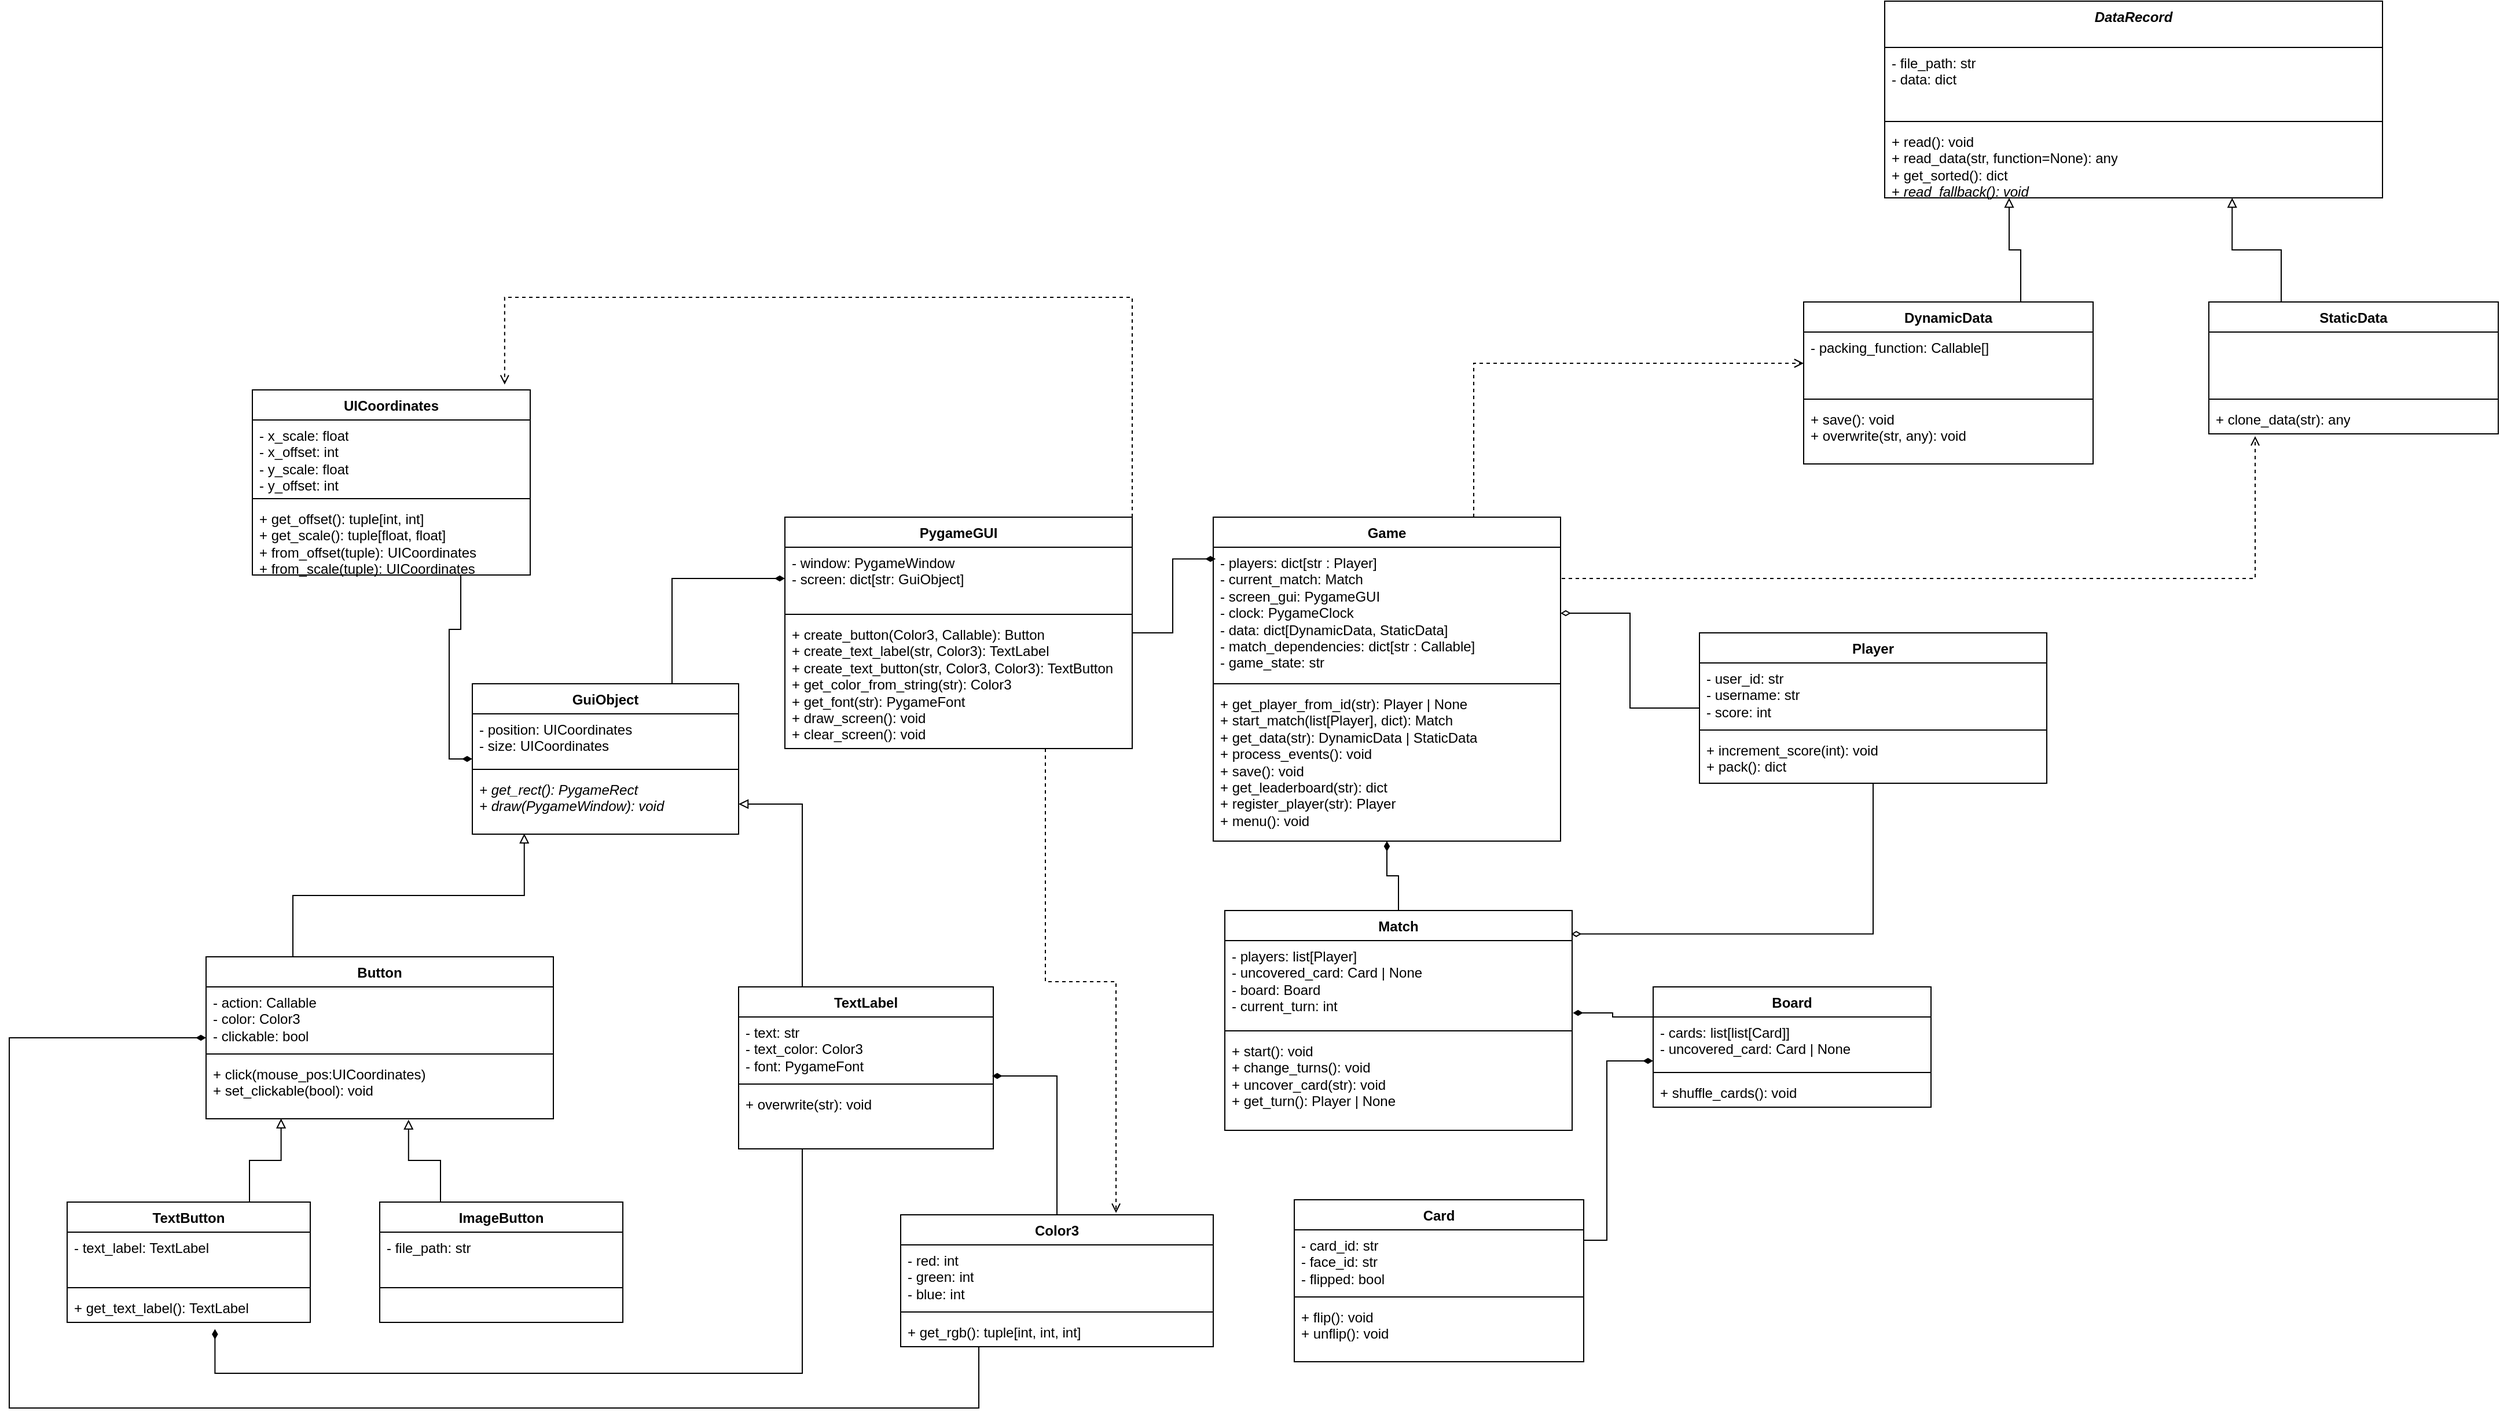
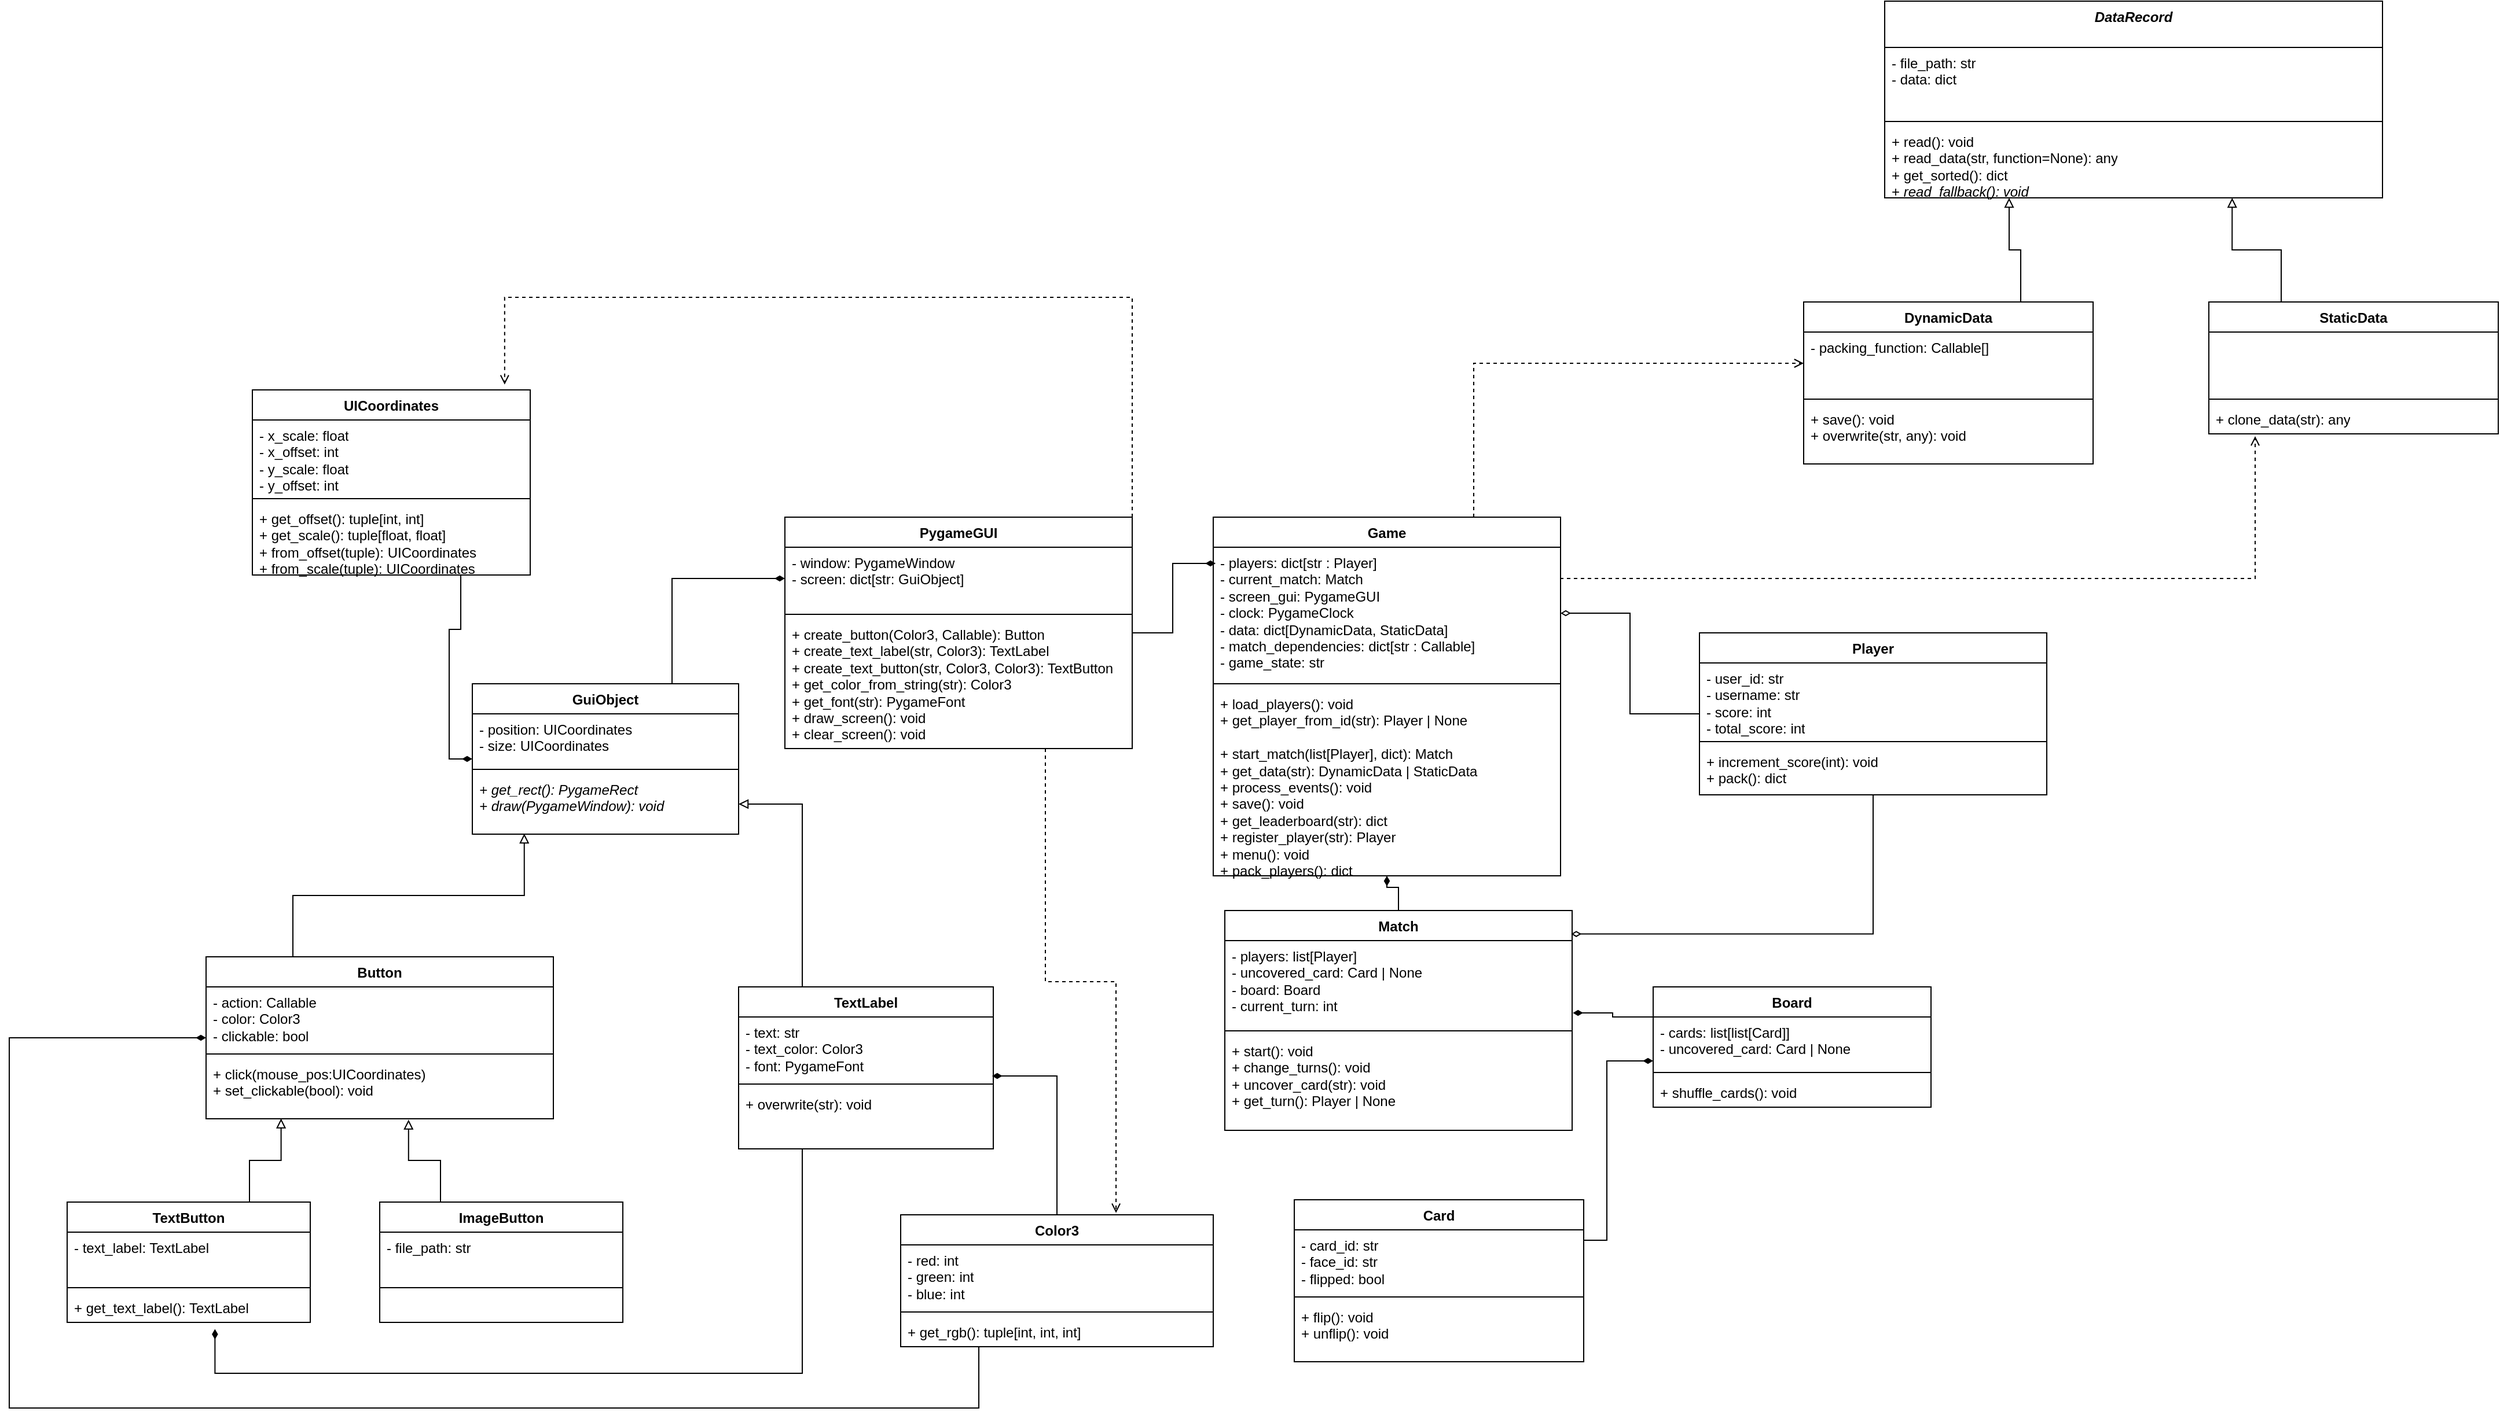
<mxfile host="app.diagrams.net">
  <diagram name="Page-1" id="O6mCpQ_lWsjEK-XlasFV">
-     <mxGraphModel dx="2429" dy="1464" grid="1" gridSize="10" guides="1" tooltips="1" connect="1" arrows="1" fold="1" page="0" pageScale="1" pageWidth="850" pageHeight="1100" math="0" shadow="0">
+     <mxGraphModel dx="2019" dy="1243" grid="1" gridSize="10" guides="1" tooltips="1" connect="1" arrows="1" fold="1" page="0" pageScale="1" pageWidth="850" pageHeight="1100" math="0" shadow="0">
      <root>
        <mxCell id="0" />
        <mxCell id="1" parent="0" />
        <mxCell id="eQeHEutrMqce5xfz2TAn-13" edge="1" parent="1" source="eQeHEutrMqce5xfz2TAn-1" style="edgeStyle=orthogonalEdgeStyle;rounded=0;orthogonalLoop=1;jettySize=auto;html=1;endArrow=diamondThin;endFill=0;" target="eQeHEutrMqce5xfz2TAn-6">
          <mxGeometry relative="1" as="geometry" />
        </mxCell>
        <mxCell id="eQeHEutrMqce5xfz2TAn-1" parent="1" style="swimlane;fontStyle=1;align=center;verticalAlign=top;childLayout=stackLayout;horizontal=1;startSize=26;horizontalStack=0;resizeParent=1;resizeParentMax=0;resizeLast=0;collapsible=1;marginBottom=0;whiteSpace=wrap;html=1;" value="Player" vertex="1">
-           <mxGeometry height="130" width="300" x="440" y="10" as="geometry" />
-         </mxCell>
-         <mxCell id="eQeHEutrMqce5xfz2TAn-2" parent="eQeHEutrMqce5xfz2TAn-1" style="text;strokeColor=none;fillColor=none;align=left;verticalAlign=top;spacingLeft=4;spacingRight=4;overflow=hidden;rotatable=0;points=[[0,0.5],[1,0.5]];portConstraint=eastwest;whiteSpace=wrap;html=1;" value="- user_id: str&lt;div&gt;- username: str&lt;/div&gt;&lt;div&gt;- score: int&lt;/div&gt;" vertex="1">
-           <mxGeometry height="54" width="300" y="26" as="geometry" />
+           <mxGeometry height="140" width="300" x="440" y="10" as="geometry" />
+         </mxCell>
+         <mxCell id="eQeHEutrMqce5xfz2TAn-2" parent="eQeHEutrMqce5xfz2TAn-1" style="text;strokeColor=none;fillColor=none;align=left;verticalAlign=top;spacingLeft=4;spacingRight=4;overflow=hidden;rotatable=0;points=[[0,0.5],[1,0.5]];portConstraint=eastwest;whiteSpace=wrap;html=1;" value="- user_id: str&lt;div&gt;- username: str&lt;/div&gt;&lt;div&gt;- score: int&lt;/div&gt;&lt;div&gt;- total_score: int&lt;/div&gt;" vertex="1">
+           <mxGeometry height="64" width="300" y="26" as="geometry" />
        </mxCell>
        <mxCell id="eQeHEutrMqce5xfz2TAn-3" parent="eQeHEutrMqce5xfz2TAn-1" style="line;strokeWidth=1;fillColor=none;align=left;verticalAlign=middle;spacingTop=-1;spacingLeft=3;spacingRight=3;rotatable=0;labelPosition=right;points=[];portConstraint=eastwest;strokeColor=inherit;" value="" vertex="1">
-           <mxGeometry height="8" width="300" y="80" as="geometry" />
+           <mxGeometry height="8" width="300" y="90" as="geometry" />
        </mxCell>
        <mxCell id="eQeHEutrMqce5xfz2TAn-4" parent="eQeHEutrMqce5xfz2TAn-1" style="text;strokeColor=none;fillColor=none;align=left;verticalAlign=top;spacingLeft=4;spacingRight=4;overflow=hidden;rotatable=0;points=[[0,0.5],[1,0.5]];portConstraint=eastwest;whiteSpace=wrap;html=1;" value="+ increment_score(int): void&lt;div&gt;+ pack(): dict&lt;/div&gt;" vertex="1">
-           <mxGeometry height="42" width="300" y="88" as="geometry" />
+           <mxGeometry height="42" width="300" y="98" as="geometry" />
        </mxCell>
        <mxCell id="eQeHEutrMqce5xfz2TAn-92" edge="1" parent="1" source="eQeHEutrMqce5xfz2TAn-5" style="edgeStyle=orthogonalEdgeStyle;rounded=0;orthogonalLoop=1;jettySize=auto;html=1;exitX=0.75;exitY=0;exitDx=0;exitDy=0;endArrow=open;endFill=0;dashed=1;" target="eQeHEutrMqce5xfz2TAn-61">
          <mxGeometry relative="1" as="geometry" />
        </mxCell>
        <mxCell id="eQeHEutrMqce5xfz2TAn-5" parent="1" style="swimlane;fontStyle=1;align=center;verticalAlign=top;childLayout=stackLayout;horizontal=1;startSize=26;horizontalStack=0;resizeParent=1;resizeParentMax=0;resizeLast=0;collapsible=1;marginBottom=0;whiteSpace=wrap;html=1;" value="Game" vertex="1">
-           <mxGeometry height="280" width="300" x="20" y="-90" as="geometry" />
+           <mxGeometry height="310" width="300" x="20" y="-90" as="geometry" />
        </mxCell>
        <mxCell id="eQeHEutrMqce5xfz2TAn-6" parent="eQeHEutrMqce5xfz2TAn-5" style="text;strokeColor=none;fillColor=none;align=left;verticalAlign=top;spacingLeft=4;spacingRight=4;overflow=hidden;rotatable=0;points=[[0,0.5],[1,0.5]];portConstraint=eastwest;whiteSpace=wrap;html=1;" value="- players: dict[str : Player]&lt;div&gt;- current_match: Match&lt;/div&gt;&lt;div&gt;- screen_gui: PygameGUI&lt;/div&gt;&lt;div&gt;- clock: PygameClock&lt;/div&gt;&lt;div&gt;- data: dict[DynamicData, StaticData]&lt;/div&gt;&lt;div&gt;- match_dependencies: dict[str : Callable]&lt;/div&gt;&lt;div&gt;- game_state: str&lt;/div&gt;" vertex="1">
          <mxGeometry height="114" width="300" y="26" as="geometry" />
        </mxCell>
        <mxCell id="eQeHEutrMqce5xfz2TAn-7" parent="eQeHEutrMqce5xfz2TAn-5" style="line;strokeWidth=1;fillColor=none;align=left;verticalAlign=middle;spacingTop=-1;spacingLeft=3;spacingRight=3;rotatable=0;labelPosition=right;points=[];portConstraint=eastwest;strokeColor=inherit;" value="" vertex="1">
          <mxGeometry height="8" width="300" y="140" as="geometry" />
        </mxCell>
-         <mxCell id="eQeHEutrMqce5xfz2TAn-8" parent="eQeHEutrMqce5xfz2TAn-5" style="text;strokeColor=none;fillColor=none;align=left;verticalAlign=top;spacingLeft=4;spacingRight=4;overflow=hidden;rotatable=0;points=[[0,0.5],[1,0.5]];portConstraint=eastwest;whiteSpace=wrap;html=1;" value="+ get_player_from_id(str): Player | None&lt;div&gt;+ start_match(list[Player], dict): Match&lt;/div&gt;&lt;div&gt;+ get_data(str): DynamicData | StaticData&lt;/div&gt;&lt;div&gt;+ process_events(): void&lt;/div&gt;&lt;div&gt;+ save(): void&lt;/div&gt;&lt;div&gt;+ get_leaderboard(str): dict&lt;/div&gt;&lt;div&gt;+ register_player(str): Player&lt;/div&gt;&lt;div&gt;+ menu(): void&lt;/div&gt;" vertex="1">
-           <mxGeometry height="132" width="300" y="148" as="geometry" />
+         <mxCell id="eQeHEutrMqce5xfz2TAn-8" parent="eQeHEutrMqce5xfz2TAn-5" style="text;strokeColor=none;fillColor=none;align=left;verticalAlign=top;spacingLeft=4;spacingRight=4;overflow=hidden;rotatable=0;points=[[0,0.5],[1,0.5]];portConstraint=eastwest;whiteSpace=wrap;html=1;" value="&lt;div&gt;+ load_players(): void&lt;/div&gt;+ get_player_from_id(str): Player | None&lt;div&gt;&lt;font&gt;&lt;span style=&quot;color: light-dark(rgb(255, 255, 255), rgb(250, 250, 250));&quot;&gt;+ get_player_by_name(str): Player | None&lt;/span&gt;&lt;br&gt;&lt;/font&gt;&lt;div&gt;&lt;div&gt;+ start_match(list[Player], dict): Match&lt;/div&gt;&lt;div&gt;+ get_data(str): DynamicData | StaticData&lt;/div&gt;&lt;div&gt;+ process_events(): void&lt;/div&gt;&lt;div&gt;+ save(): void&lt;/div&gt;&lt;div&gt;+ get_leaderboard(str): dict&lt;/div&gt;&lt;div&gt;+ register_player(str): Player&lt;/div&gt;&lt;div&gt;+ menu(): void&lt;/div&gt;&lt;div&gt;+ pack_players(): dict&lt;/div&gt;&lt;/div&gt;&lt;/div&gt;" vertex="1">
+           <mxGeometry height="162" width="300" y="148" as="geometry" />
        </mxCell>
        <mxCell id="eQeHEutrMqce5xfz2TAn-20" edge="1" parent="1" source="eQeHEutrMqce5xfz2TAn-9" style="edgeStyle=orthogonalEdgeStyle;rounded=0;orthogonalLoop=1;jettySize=auto;html=1;entryX=0.5;entryY=1;entryDx=0;entryDy=0;endArrow=diamondThin;endFill=1;" target="eQeHEutrMqce5xfz2TAn-5">
          <mxGeometry relative="1" as="geometry">
            <mxPoint x="170" y="60" as="targetPoint" />
          </mxGeometry>
        </mxCell>
        <mxCell id="eQeHEutrMqce5xfz2TAn-9" parent="1" style="swimlane;fontStyle=1;align=center;verticalAlign=top;childLayout=stackLayout;horizontal=1;startSize=26;horizontalStack=0;resizeParent=1;resizeParentMax=0;resizeLast=0;collapsible=1;marginBottom=0;whiteSpace=wrap;html=1;" value="Match" vertex="1">
          <mxGeometry height="190" width="300" x="30" y="250" as="geometry" />
        </mxCell>
        <mxCell id="eQeHEutrMqce5xfz2TAn-10" parent="eQeHEutrMqce5xfz2TAn-9" style="text;strokeColor=none;fillColor=none;align=left;verticalAlign=top;spacingLeft=4;spacingRight=4;overflow=hidden;rotatable=0;points=[[0,0.5],[1,0.5]];portConstraint=eastwest;whiteSpace=wrap;html=1;" value="- players: list[Player]&lt;div&gt;- uncovered_card: Card | None&lt;/div&gt;&lt;div&gt;- board: Board&lt;/div&gt;&lt;div&gt;- current_turn: int&lt;/div&gt;" vertex="1">
          <mxGeometry height="74" width="300" y="26" as="geometry" />
        </mxCell>
        <mxCell id="eQeHEutrMqce5xfz2TAn-11" parent="eQeHEutrMqce5xfz2TAn-9" style="line;strokeWidth=1;fillColor=none;align=left;verticalAlign=middle;spacingTop=-1;spacingLeft=3;spacingRight=3;rotatable=0;labelPosition=right;points=[];portConstraint=eastwest;strokeColor=inherit;" value="" vertex="1">
          <mxGeometry height="8" width="300" y="100" as="geometry" />
        </mxCell>
        <mxCell id="eQeHEutrMqce5xfz2TAn-12" parent="eQeHEutrMqce5xfz2TAn-9" style="text;strokeColor=none;fillColor=none;align=left;verticalAlign=top;spacingLeft=4;spacingRight=4;overflow=hidden;rotatable=0;points=[[0,0.5],[1,0.5]];portConstraint=eastwest;whiteSpace=wrap;html=1;" value="&lt;div&gt;+ start(): void&lt;/div&gt;&lt;div&gt;+ change_turns(): void&lt;/div&gt;+ uncover_card(str): void&lt;div&gt;+ get_turn(): Player | None&lt;br&gt;&lt;div&gt;&lt;br&gt;&lt;/div&gt;&lt;/div&gt;" vertex="1">
          <mxGeometry height="82" width="300" y="108" as="geometry" />
        </mxCell>
        <mxCell id="eQeHEutrMqce5xfz2TAn-14" edge="1" parent="1" source="eQeHEutrMqce5xfz2TAn-1" style="edgeStyle=orthogonalEdgeStyle;rounded=0;orthogonalLoop=1;jettySize=auto;html=1;entryX=0.997;entryY=-0.077;entryDx=0;entryDy=0;entryPerimeter=0;endArrow=diamondThin;endFill=0;" target="eQeHEutrMqce5xfz2TAn-10">
          <mxGeometry relative="1" as="geometry" />
        </mxCell>
        <mxCell id="eQeHEutrMqce5xfz2TAn-15" parent="1" style="swimlane;fontStyle=1;align=center;verticalAlign=top;childLayout=stackLayout;horizontal=1;startSize=26;horizontalStack=0;resizeParent=1;resizeParentMax=0;resizeLast=0;collapsible=1;marginBottom=0;whiteSpace=wrap;html=1;" value="PygameGUI" vertex="1">
          <mxGeometry height="200" width="300" x="-350" y="-90" as="geometry" />
        </mxCell>
        <mxCell id="eQeHEutrMqce5xfz2TAn-16" parent="eQeHEutrMqce5xfz2TAn-15" style="text;strokeColor=none;fillColor=none;align=left;verticalAlign=top;spacingLeft=4;spacingRight=4;overflow=hidden;rotatable=0;points=[[0,0.5],[1,0.5]];portConstraint=eastwest;whiteSpace=wrap;html=1;" value="- window: PygameWindow&lt;div&gt;- screen: dict[str: GuiObject]&lt;/div&gt;" vertex="1">
          <mxGeometry height="54" width="300" y="26" as="geometry" />
        </mxCell>
        <mxCell id="eQeHEutrMqce5xfz2TAn-17" parent="eQeHEutrMqce5xfz2TAn-15" style="line;strokeWidth=1;fillColor=none;align=left;verticalAlign=middle;spacingTop=-1;spacingLeft=3;spacingRight=3;rotatable=0;labelPosition=right;points=[];portConstraint=eastwest;strokeColor=inherit;" value="" vertex="1">
          <mxGeometry height="8" width="300" y="80" as="geometry" />
        </mxCell>
        <mxCell id="eQeHEutrMqce5xfz2TAn-18" parent="eQeHEutrMqce5xfz2TAn-15" style="text;strokeColor=none;fillColor=none;align=left;verticalAlign=top;spacingLeft=4;spacingRight=4;overflow=hidden;rotatable=0;points=[[0,0.5],[1,0.5]];portConstraint=eastwest;whiteSpace=wrap;html=1;" value="&lt;div&gt;+ create_button(Color3, Callable): Button&lt;/div&gt;&lt;div&gt;+ create_text_label(str, Color3): TextLabel&lt;/div&gt;&lt;div&gt;+ create_text_button(str, Color3, Color3): TextButton&lt;/div&gt;&lt;div&gt;+ get_color_from_string(str): Color3&lt;/div&gt;&lt;div&gt;+ get_font(str): PygameFont&lt;/div&gt;&lt;div&gt;+ draw_screen(): void&lt;/div&gt;&lt;div&gt;+ clear_screen(): void&lt;/div&gt;" vertex="1">
          <mxGeometry height="112" width="300" y="88" as="geometry" />
        </mxCell>
        <mxCell id="eQeHEutrMqce5xfz2TAn-19" edge="1" parent="1" source="eQeHEutrMqce5xfz2TAn-15" style="edgeStyle=orthogonalEdgeStyle;rounded=0;orthogonalLoop=1;jettySize=auto;html=1;entryX=0.007;entryY=0.129;entryDx=0;entryDy=0;entryPerimeter=0;endArrow=diamondThin;endFill=1;" target="eQeHEutrMqce5xfz2TAn-5">
          <mxGeometry relative="1" as="geometry" />
        </mxCell>
        <mxCell id="eQeHEutrMqce5xfz2TAn-21" parent="1" style="swimlane;fontStyle=1;align=center;verticalAlign=top;childLayout=stackLayout;horizontal=1;startSize=26;horizontalStack=0;resizeParent=1;resizeParentMax=0;resizeLast=0;collapsible=1;marginBottom=0;whiteSpace=wrap;html=1;" value="Button" vertex="1">
          <mxGeometry height="140" width="300" x="-850" y="290" as="geometry" />
        </mxCell>
        <mxCell id="eQeHEutrMqce5xfz2TAn-22" parent="eQeHEutrMqce5xfz2TAn-21" style="text;strokeColor=none;fillColor=none;align=left;verticalAlign=top;spacingLeft=4;spacingRight=4;overflow=hidden;rotatable=0;points=[[0,0.5],[1,0.5]];portConstraint=eastwest;whiteSpace=wrap;html=1;" value="- action: Callable&lt;div&gt;- color: Color3&lt;/div&gt;&lt;div&gt;- clickable: bool&lt;/div&gt;" vertex="1">
          <mxGeometry height="54" width="300" y="26" as="geometry" />
        </mxCell>
        <mxCell id="eQeHEutrMqce5xfz2TAn-23" parent="eQeHEutrMqce5xfz2TAn-21" style="line;strokeWidth=1;fillColor=none;align=left;verticalAlign=middle;spacingTop=-1;spacingLeft=3;spacingRight=3;rotatable=0;labelPosition=right;points=[];portConstraint=eastwest;strokeColor=inherit;" value="" vertex="1">
          <mxGeometry height="8" width="300" y="80" as="geometry" />
        </mxCell>
        <mxCell id="eQeHEutrMqce5xfz2TAn-24" parent="eQeHEutrMqce5xfz2TAn-21" style="text;strokeColor=none;fillColor=none;align=left;verticalAlign=top;spacingLeft=4;spacingRight=4;overflow=hidden;rotatable=0;points=[[0,0.5],[1,0.5]];portConstraint=eastwest;whiteSpace=wrap;html=1;" value="&lt;div&gt;+ click(mouse_pos:UICoordinates)&lt;/div&gt;&lt;div&gt;+ set_clickable(bool): void&lt;/div&gt;" vertex="1">
          <mxGeometry height="52" width="300" y="88" as="geometry" />
        </mxCell>
        <mxCell id="eQeHEutrMqce5xfz2TAn-114" edge="1" parent="1" source="eQeHEutrMqce5xfz2TAn-29" style="edgeStyle=orthogonalEdgeStyle;rounded=0;orthogonalLoop=1;jettySize=auto;html=1;exitX=0.25;exitY=1;exitDx=0;exitDy=0;entryX=0;entryY=0.5;entryDx=0;entryDy=0;endArrow=diamondThin;endFill=1;" target="eQeHEutrMqce5xfz2TAn-21">
          <mxGeometry relative="1" as="geometry">
            <Array as="points">
              <mxPoint x="-182" y="680" />
              <mxPoint x="-1020" y="680" />
              <mxPoint x="-1020" y="360" />
            </Array>
          </mxGeometry>
        </mxCell>
        <mxCell id="eQeHEutrMqce5xfz2TAn-29" parent="1" style="swimlane;fontStyle=1;align=center;verticalAlign=top;childLayout=stackLayout;horizontal=1;startSize=26;horizontalStack=0;resizeParent=1;resizeParentMax=0;resizeLast=0;collapsible=1;marginBottom=0;whiteSpace=wrap;html=1;" value="Color3" vertex="1">
          <mxGeometry height="114" width="270" x="-250" y="513" as="geometry" />
        </mxCell>
        <mxCell id="eQeHEutrMqce5xfz2TAn-30" parent="eQeHEutrMqce5xfz2TAn-29" style="text;strokeColor=none;fillColor=none;align=left;verticalAlign=top;spacingLeft=4;spacingRight=4;overflow=hidden;rotatable=0;points=[[0,0.5],[1,0.5]];portConstraint=eastwest;whiteSpace=wrap;html=1;" value="- red: int&lt;div&gt;- green: int&lt;/div&gt;&lt;div&gt;- blue: int&lt;/div&gt;" vertex="1">
          <mxGeometry height="54" width="270" y="26" as="geometry" />
        </mxCell>
        <mxCell id="eQeHEutrMqce5xfz2TAn-31" parent="eQeHEutrMqce5xfz2TAn-29" style="line;strokeWidth=1;fillColor=none;align=left;verticalAlign=middle;spacingTop=-1;spacingLeft=3;spacingRight=3;rotatable=0;labelPosition=right;points=[];portConstraint=eastwest;strokeColor=inherit;" value="" vertex="1">
          <mxGeometry height="8" width="270" y="80" as="geometry" />
        </mxCell>
        <mxCell id="eQeHEutrMqce5xfz2TAn-32" parent="eQeHEutrMqce5xfz2TAn-29" style="text;strokeColor=none;fillColor=none;align=left;verticalAlign=top;spacingLeft=4;spacingRight=4;overflow=hidden;rotatable=0;points=[[0,0.5],[1,0.5]];portConstraint=eastwest;whiteSpace=wrap;html=1;" value="+ get_rgb(): tuple[int, int, int]" vertex="1">
          <mxGeometry height="26" width="270" y="88" as="geometry" />
        </mxCell>
        <mxCell id="eQeHEutrMqce5xfz2TAn-41" edge="1" parent="1" source="eQeHEutrMqce5xfz2TAn-36" style="edgeStyle=orthogonalEdgeStyle;rounded=0;orthogonalLoop=1;jettySize=auto;html=1;exitX=0.75;exitY=0;exitDx=0;exitDy=0;entryX=0.216;entryY=0.995;entryDx=0;entryDy=0;entryPerimeter=0;endArrow=block;endFill=0;" target="eQeHEutrMqce5xfz2TAn-24">
          <mxGeometry relative="1" as="geometry">
            <mxPoint x="-300" y="270" as="targetPoint" />
          </mxGeometry>
        </mxCell>
        <mxCell id="eQeHEutrMqce5xfz2TAn-36" parent="1" style="swimlane;fontStyle=1;align=center;verticalAlign=top;childLayout=stackLayout;horizontal=1;startSize=26;horizontalStack=0;resizeParent=1;resizeParentMax=0;resizeLast=0;collapsible=1;marginBottom=0;whiteSpace=wrap;html=1;" value="TextButton" vertex="1">
          <mxGeometry height="104" width="210" x="-970" y="502" as="geometry" />
        </mxCell>
        <mxCell id="eQeHEutrMqce5xfz2TAn-37" parent="eQeHEutrMqce5xfz2TAn-36" style="text;strokeColor=none;fillColor=none;align=left;verticalAlign=top;spacingLeft=4;spacingRight=4;overflow=hidden;rotatable=0;points=[[0,0.5],[1,0.5]];portConstraint=eastwest;whiteSpace=wrap;html=1;" value="- text_label: TextLabel" vertex="1">
          <mxGeometry height="44" width="210" y="26" as="geometry" />
        </mxCell>
        <mxCell id="eQeHEutrMqce5xfz2TAn-38" parent="eQeHEutrMqce5xfz2TAn-36" style="line;strokeWidth=1;fillColor=none;align=left;verticalAlign=middle;spacingTop=-1;spacingLeft=3;spacingRight=3;rotatable=0;labelPosition=right;points=[];portConstraint=eastwest;strokeColor=inherit;" value="" vertex="1">
          <mxGeometry height="8" width="210" y="70" as="geometry" />
        </mxCell>
        <mxCell id="eQeHEutrMqce5xfz2TAn-39" parent="eQeHEutrMqce5xfz2TAn-36" style="text;strokeColor=none;fillColor=none;align=left;verticalAlign=top;spacingLeft=4;spacingRight=4;overflow=hidden;rotatable=0;points=[[0,0.5],[1,0.5]];portConstraint=eastwest;whiteSpace=wrap;html=1;" value="&lt;div&gt;+ get_text_label(): TextLabel&lt;/div&gt;" vertex="1">
          <mxGeometry height="26" width="210" y="78" as="geometry" />
        </mxCell>
        <mxCell id="eQeHEutrMqce5xfz2TAn-46" edge="1" parent="1" source="eQeHEutrMqce5xfz2TAn-42" style="edgeStyle=orthogonalEdgeStyle;rounded=0;orthogonalLoop=1;jettySize=auto;html=1;exitX=0.25;exitY=0;exitDx=0;exitDy=0;entryX=0.583;entryY=1.015;entryDx=0;entryDy=0;entryPerimeter=0;endArrow=block;endFill=0;" target="eQeHEutrMqce5xfz2TAn-24">
          <mxGeometry relative="1" as="geometry">
            <mxPoint x="-190" y="270" as="targetPoint" />
          </mxGeometry>
        </mxCell>
        <mxCell id="eQeHEutrMqce5xfz2TAn-42" parent="1" style="swimlane;fontStyle=1;align=center;verticalAlign=top;childLayout=stackLayout;horizontal=1;startSize=26;horizontalStack=0;resizeParent=1;resizeParentMax=0;resizeLast=0;collapsible=1;marginBottom=0;whiteSpace=wrap;html=1;" value="ImageButton" vertex="1">
          <mxGeometry height="104" width="210" x="-700" y="502" as="geometry" />
        </mxCell>
        <mxCell id="eQeHEutrMqce5xfz2TAn-43" parent="eQeHEutrMqce5xfz2TAn-42" style="text;strokeColor=none;fillColor=none;align=left;verticalAlign=top;spacingLeft=4;spacingRight=4;overflow=hidden;rotatable=0;points=[[0,0.5],[1,0.5]];portConstraint=eastwest;whiteSpace=wrap;html=1;" value="- file_path: str" vertex="1">
          <mxGeometry height="44" width="210" y="26" as="geometry" />
        </mxCell>
        <mxCell id="eQeHEutrMqce5xfz2TAn-44" parent="eQeHEutrMqce5xfz2TAn-42" style="line;strokeWidth=1;fillColor=none;align=left;verticalAlign=middle;spacingTop=-1;spacingLeft=3;spacingRight=3;rotatable=0;labelPosition=right;points=[];portConstraint=eastwest;strokeColor=inherit;" value="" vertex="1">
          <mxGeometry height="8" width="210" y="70" as="geometry" />
        </mxCell>
        <mxCell id="eQeHEutrMqce5xfz2TAn-45" parent="eQeHEutrMqce5xfz2TAn-42" style="text;strokeColor=none;fillColor=none;align=left;verticalAlign=top;spacingLeft=4;spacingRight=4;overflow=hidden;rotatable=0;points=[[0,0.5],[1,0.5]];portConstraint=eastwest;whiteSpace=wrap;html=1;" value="&lt;br&gt;&lt;div&gt;&lt;br&gt;&lt;/div&gt;" vertex="1">
          <mxGeometry height="26" width="210" y="78" as="geometry" />
        </mxCell>
        <mxCell id="eQeHEutrMqce5xfz2TAn-111" edge="1" parent="1" source="eQeHEutrMqce5xfz2TAn-47" style="edgeStyle=orthogonalEdgeStyle;rounded=0;orthogonalLoop=1;jettySize=auto;html=1;exitX=0.75;exitY=1;exitDx=0;exitDy=0;entryX=0;entryY=0.5;entryDx=0;entryDy=0;endArrow=diamondThin;endFill=1;" target="eQeHEutrMqce5xfz2TAn-103">
          <mxGeometry relative="1" as="geometry" />
        </mxCell>
        <mxCell id="eQeHEutrMqce5xfz2TAn-47" parent="1" style="swimlane;fontStyle=1;align=center;verticalAlign=top;childLayout=stackLayout;horizontal=1;startSize=26;horizontalStack=0;resizeParent=1;resizeParentMax=0;resizeLast=0;collapsible=1;marginBottom=0;whiteSpace=wrap;html=1;" value="UICoordinates" vertex="1">
          <mxGeometry height="160" width="240" x="-810" y="-200" as="geometry" />
        </mxCell>
        <mxCell id="eQeHEutrMqce5xfz2TAn-48" parent="eQeHEutrMqce5xfz2TAn-47" style="text;strokeColor=none;fillColor=none;align=left;verticalAlign=top;spacingLeft=4;spacingRight=4;overflow=hidden;rotatable=0;points=[[0,0.5],[1,0.5]];portConstraint=eastwest;whiteSpace=wrap;html=1;" value="- x_scale: float&lt;div&gt;- x_offset: int&lt;/div&gt;&lt;div&gt;- y_scale: float&lt;/div&gt;&lt;div&gt;- y_offset: int&lt;/div&gt;" vertex="1">
          <mxGeometry height="64" width="240" y="26" as="geometry" />
        </mxCell>
        <mxCell id="eQeHEutrMqce5xfz2TAn-49" parent="eQeHEutrMqce5xfz2TAn-47" style="line;strokeWidth=1;fillColor=none;align=left;verticalAlign=middle;spacingTop=-1;spacingLeft=3;spacingRight=3;rotatable=0;labelPosition=right;points=[];portConstraint=eastwest;strokeColor=inherit;" value="" vertex="1">
          <mxGeometry height="8" width="240" y="90" as="geometry" />
        </mxCell>
        <mxCell id="eQeHEutrMqce5xfz2TAn-50" parent="eQeHEutrMqce5xfz2TAn-47" style="text;strokeColor=none;fillColor=none;align=left;verticalAlign=top;spacingLeft=4;spacingRight=4;overflow=hidden;rotatable=0;points=[[0,0.5],[1,0.5]];portConstraint=eastwest;whiteSpace=wrap;html=1;" value="+ get_offset(): tuple[int, int]&lt;div&gt;+ get_scale(): tuple[float, float]&lt;/div&gt;&lt;div&gt;+ from_offset(tuple): UICoordinates&lt;/div&gt;&lt;div&gt;+ from_scale(tuple): UICoordinates&lt;/div&gt;" vertex="1">
          <mxGeometry height="62" width="240" y="98" as="geometry" />
        </mxCell>
        <mxCell id="eQeHEutrMqce5xfz2TAn-52" parent="1" style="swimlane;fontStyle=1;align=center;verticalAlign=top;childLayout=stackLayout;horizontal=1;startSize=40;horizontalStack=0;resizeParent=1;resizeParentMax=0;resizeLast=0;collapsible=1;marginBottom=0;whiteSpace=wrap;html=1;" value="&lt;div&gt;&lt;i style=&quot;background-color: transparent; color: light-dark(rgb(0, 0, 0), rgb(255, 255, 255));&quot;&gt;DataRecord&lt;/i&gt;&lt;/div&gt;" vertex="1">
          <mxGeometry height="170" width="430" x="600" y="-536" as="geometry" />
        </mxCell>
        <mxCell id="eQeHEutrMqce5xfz2TAn-53" parent="eQeHEutrMqce5xfz2TAn-52" style="text;strokeColor=none;fillColor=none;align=left;verticalAlign=top;spacingLeft=4;spacingRight=4;overflow=hidden;rotatable=0;points=[[0,0.5],[1,0.5]];portConstraint=eastwest;whiteSpace=wrap;html=1;" value="&lt;div&gt;- file_path: str&lt;/div&gt;&lt;div&gt;- data: dict&lt;/div&gt;&lt;div&gt;&lt;br&gt;&lt;/div&gt;" vertex="1">
          <mxGeometry height="60" width="430" y="40" as="geometry" />
        </mxCell>
        <mxCell id="eQeHEutrMqce5xfz2TAn-54" parent="eQeHEutrMqce5xfz2TAn-52" style="line;strokeWidth=1;fillColor=none;align=left;verticalAlign=middle;spacingTop=-1;spacingLeft=3;spacingRight=3;rotatable=0;labelPosition=right;points=[];portConstraint=eastwest;strokeColor=inherit;" value="" vertex="1">
          <mxGeometry height="8" width="430" y="100" as="geometry" />
        </mxCell>
        <mxCell id="eQeHEutrMqce5xfz2TAn-55" parent="eQeHEutrMqce5xfz2TAn-52" style="text;strokeColor=none;fillColor=none;align=left;verticalAlign=top;spacingLeft=4;spacingRight=4;overflow=hidden;rotatable=0;points=[[0,0.5],[1,0.5]];portConstraint=eastwest;whiteSpace=wrap;html=1;" value="+ read(): void&lt;div&gt;+ read_data(str, function=None): any&lt;/div&gt;&lt;div&gt;+ get_sorted(): dict&lt;/div&gt;&lt;div&gt;+ &lt;i&gt;read_fallback(): void&lt;/i&gt;&lt;/div&gt;&lt;div&gt;&lt;br&gt;&lt;/div&gt;" vertex="1">
          <mxGeometry height="62" width="430" y="108" as="geometry" />
        </mxCell>
        <mxCell id="eQeHEutrMqce5xfz2TAn-56" parent="1" style="swimlane;fontStyle=1;align=center;verticalAlign=top;childLayout=stackLayout;horizontal=1;startSize=26;horizontalStack=0;resizeParent=1;resizeParentMax=0;resizeLast=0;collapsible=1;marginBottom=0;whiteSpace=wrap;html=1;" value="StaticData" vertex="1">
          <mxGeometry height="114" width="250" x="880" y="-276" as="geometry" />
        </mxCell>
        <mxCell id="eQeHEutrMqce5xfz2TAn-57" parent="eQeHEutrMqce5xfz2TAn-56" style="text;strokeColor=none;fillColor=none;align=left;verticalAlign=top;spacingLeft=4;spacingRight=4;overflow=hidden;rotatable=0;points=[[0,0.5],[1,0.5]];portConstraint=eastwest;whiteSpace=wrap;html=1;" value="&lt;div&gt;&lt;br&gt;&lt;/div&gt;" vertex="1">
          <mxGeometry height="54" width="250" y="26" as="geometry" />
        </mxCell>
        <mxCell id="eQeHEutrMqce5xfz2TAn-58" parent="eQeHEutrMqce5xfz2TAn-56" style="line;strokeWidth=1;fillColor=none;align=left;verticalAlign=middle;spacingTop=-1;spacingLeft=3;spacingRight=3;rotatable=0;labelPosition=right;points=[];portConstraint=eastwest;strokeColor=inherit;" value="" vertex="1">
          <mxGeometry height="8" width="250" y="80" as="geometry" />
        </mxCell>
        <mxCell id="eQeHEutrMqce5xfz2TAn-59" parent="eQeHEutrMqce5xfz2TAn-56" style="text;strokeColor=none;fillColor=none;align=left;verticalAlign=top;spacingLeft=4;spacingRight=4;overflow=hidden;rotatable=0;points=[[0,0.5],[1,0.5]];portConstraint=eastwest;whiteSpace=wrap;html=1;" value="+ clone_data(str): any" vertex="1">
          <mxGeometry height="26" width="250" y="88" as="geometry" />
        </mxCell>
        <mxCell id="eQeHEutrMqce5xfz2TAn-64" edge="1" parent="1" source="eQeHEutrMqce5xfz2TAn-60" style="edgeStyle=orthogonalEdgeStyle;rounded=0;orthogonalLoop=1;jettySize=auto;html=1;exitX=0.75;exitY=0;exitDx=0;exitDy=0;entryX=0.25;entryY=1;entryDx=0;entryDy=0;endArrow=block;endFill=0;" target="eQeHEutrMqce5xfz2TAn-52">
          <mxGeometry relative="1" as="geometry" />
        </mxCell>
        <mxCell id="eQeHEutrMqce5xfz2TAn-60" parent="1" style="swimlane;fontStyle=1;align=center;verticalAlign=top;childLayout=stackLayout;horizontal=1;startSize=26;horizontalStack=0;resizeParent=1;resizeParentMax=0;resizeLast=0;collapsible=1;marginBottom=0;whiteSpace=wrap;html=1;" value="DynamicData" vertex="1">
          <mxGeometry height="140" width="250" x="530" y="-276" as="geometry" />
        </mxCell>
        <mxCell id="eQeHEutrMqce5xfz2TAn-61" parent="eQeHEutrMqce5xfz2TAn-60" style="text;strokeColor=none;fillColor=none;align=left;verticalAlign=top;spacingLeft=4;spacingRight=4;overflow=hidden;rotatable=0;points=[[0,0.5],[1,0.5]];portConstraint=eastwest;whiteSpace=wrap;html=1;" value="&lt;div&gt;- packing_function: Callable[]&lt;/div&gt;&lt;div&gt;&lt;br&gt;&lt;/div&gt;" vertex="1">
          <mxGeometry height="54" width="250" y="26" as="geometry" />
        </mxCell>
        <mxCell id="eQeHEutrMqce5xfz2TAn-62" parent="eQeHEutrMqce5xfz2TAn-60" style="line;strokeWidth=1;fillColor=none;align=left;verticalAlign=middle;spacingTop=-1;spacingLeft=3;spacingRight=3;rotatable=0;labelPosition=right;points=[];portConstraint=eastwest;strokeColor=inherit;" value="" vertex="1">
          <mxGeometry height="8" width="250" y="80" as="geometry" />
        </mxCell>
        <mxCell id="eQeHEutrMqce5xfz2TAn-63" parent="eQeHEutrMqce5xfz2TAn-60" style="text;strokeColor=none;fillColor=none;align=left;verticalAlign=top;spacingLeft=4;spacingRight=4;overflow=hidden;rotatable=0;points=[[0,0.5],[1,0.5]];portConstraint=eastwest;whiteSpace=wrap;html=1;" value="+ save(): void&lt;div&gt;+ overwrite(str, any): void&lt;/div&gt;" vertex="1">
          <mxGeometry height="52" width="250" y="88" as="geometry" />
        </mxCell>
        <mxCell id="eQeHEutrMqce5xfz2TAn-65" edge="1" parent="1" source="eQeHEutrMqce5xfz2TAn-56" style="edgeStyle=orthogonalEdgeStyle;rounded=0;orthogonalLoop=1;jettySize=auto;html=1;exitX=0.25;exitY=0;exitDx=0;exitDy=0;entryX=0.698;entryY=1;entryDx=0;entryDy=0;entryPerimeter=0;endArrow=block;endFill=0;" target="eQeHEutrMqce5xfz2TAn-55">
          <mxGeometry relative="1" as="geometry" />
        </mxCell>
        <mxCell id="eQeHEutrMqce5xfz2TAn-77" parent="1" style="swimlane;fontStyle=1;align=center;verticalAlign=top;childLayout=stackLayout;horizontal=1;startSize=26;horizontalStack=0;resizeParent=1;resizeParentMax=0;resizeLast=0;collapsible=1;marginBottom=0;whiteSpace=wrap;html=1;" value="Card" vertex="1">
          <mxGeometry height="140" width="250" x="90" y="500" as="geometry" />
        </mxCell>
        <mxCell id="eQeHEutrMqce5xfz2TAn-78" parent="eQeHEutrMqce5xfz2TAn-77" style="text;strokeColor=none;fillColor=none;align=left;verticalAlign=top;spacingLeft=4;spacingRight=4;overflow=hidden;rotatable=0;points=[[0,0.5],[1,0.5]];portConstraint=eastwest;whiteSpace=wrap;html=1;" value="- card_id: str&lt;div&gt;- face_id: str&lt;/div&gt;&lt;div&gt;- flipped: bool&lt;/div&gt;" vertex="1">
          <mxGeometry height="54" width="250" y="26" as="geometry" />
        </mxCell>
        <mxCell id="eQeHEutrMqce5xfz2TAn-79" parent="eQeHEutrMqce5xfz2TAn-77" style="line;strokeWidth=1;fillColor=none;align=left;verticalAlign=middle;spacingTop=-1;spacingLeft=3;spacingRight=3;rotatable=0;labelPosition=right;points=[];portConstraint=eastwest;strokeColor=inherit;" value="" vertex="1">
          <mxGeometry height="8" width="250" y="80" as="geometry" />
        </mxCell>
        <mxCell id="eQeHEutrMqce5xfz2TAn-80" parent="eQeHEutrMqce5xfz2TAn-77" style="text;strokeColor=none;fillColor=none;align=left;verticalAlign=top;spacingLeft=4;spacingRight=4;overflow=hidden;rotatable=0;points=[[0,0.5],[1,0.5]];portConstraint=eastwest;whiteSpace=wrap;html=1;" value="+ flip(): void&lt;div&gt;+ unflip(): void&lt;/div&gt;" vertex="1">
          <mxGeometry height="52" width="250" y="88" as="geometry" />
        </mxCell>
        <mxCell id="eQeHEutrMqce5xfz2TAn-108" edge="1" parent="1" source="eQeHEutrMqce5xfz2TAn-82" style="edgeStyle=orthogonalEdgeStyle;rounded=0;orthogonalLoop=1;jettySize=auto;html=1;exitX=0.25;exitY=0;exitDx=0;exitDy=0;endArrow=block;endFill=0;" target="eQeHEutrMqce5xfz2TAn-106">
          <mxGeometry relative="1" as="geometry" />
        </mxCell>
        <mxCell id="eQeHEutrMqce5xfz2TAn-82" parent="1" style="swimlane;fontStyle=1;align=center;verticalAlign=top;childLayout=stackLayout;horizontal=1;startSize=26;horizontalStack=0;resizeParent=1;resizeParentMax=0;resizeLast=0;collapsible=1;marginBottom=0;whiteSpace=wrap;html=1;" value="TextLabel" vertex="1">
          <mxGeometry height="140" width="220" x="-390" y="316" as="geometry" />
        </mxCell>
        <mxCell id="eQeHEutrMqce5xfz2TAn-83" parent="eQeHEutrMqce5xfz2TAn-82" style="text;strokeColor=none;fillColor=none;align=left;verticalAlign=top;spacingLeft=4;spacingRight=4;overflow=hidden;rotatable=0;points=[[0,0.5],[1,0.5]];portConstraint=eastwest;whiteSpace=wrap;html=1;" value="- text: str&lt;div&gt;- text_color: Color3&lt;/div&gt;&lt;div&gt;- font: PygameFont&lt;/div&gt;" vertex="1">
          <mxGeometry height="54" width="220" y="26" as="geometry" />
        </mxCell>
        <mxCell id="eQeHEutrMqce5xfz2TAn-84" parent="eQeHEutrMqce5xfz2TAn-82" style="line;strokeWidth=1;fillColor=none;align=left;verticalAlign=middle;spacingTop=-1;spacingLeft=3;spacingRight=3;rotatable=0;labelPosition=right;points=[];portConstraint=eastwest;strokeColor=inherit;" value="" vertex="1">
          <mxGeometry height="8" width="220" y="80" as="geometry" />
        </mxCell>
        <mxCell id="eQeHEutrMqce5xfz2TAn-85" parent="eQeHEutrMqce5xfz2TAn-82" style="text;strokeColor=none;fillColor=none;align=left;verticalAlign=top;spacingLeft=4;spacingRight=4;overflow=hidden;rotatable=0;points=[[0,0.5],[1,0.5]];portConstraint=eastwest;whiteSpace=wrap;html=1;" value="+ overwrite(str): void&lt;div&gt;&lt;br&gt;&lt;/div&gt;" vertex="1">
          <mxGeometry height="52" width="220" y="88" as="geometry" />
        </mxCell>
        <mxCell id="eQeHEutrMqce5xfz2TAn-90" edge="1" parent="1" source="eQeHEutrMqce5xfz2TAn-82" style="edgeStyle=orthogonalEdgeStyle;rounded=0;orthogonalLoop=1;jettySize=auto;html=1;exitX=0.25;exitY=1;exitDx=0;exitDy=0;entryX=0.608;entryY=1.222;entryDx=0;entryDy=0;entryPerimeter=0;endArrow=diamondThin;endFill=1;" target="eQeHEutrMqce5xfz2TAn-39">
          <mxGeometry relative="1" as="geometry">
            <Array as="points">
              <mxPoint x="-335" y="650" />
              <mxPoint x="-842" y="650" />
            </Array>
          </mxGeometry>
        </mxCell>
        <mxCell id="eQeHEutrMqce5xfz2TAn-93" edge="1" parent="1" source="eQeHEutrMqce5xfz2TAn-5" style="edgeStyle=orthogonalEdgeStyle;rounded=0;orthogonalLoop=1;jettySize=auto;html=1;exitX=1;exitY=0.25;exitDx=0;exitDy=0;entryX=0.16;entryY=1.077;entryDx=0;entryDy=0;entryPerimeter=0;dashed=1;endArrow=open;endFill=0;" target="eQeHEutrMqce5xfz2TAn-59">
          <mxGeometry relative="1" as="geometry">
            <Array as="points">
              <mxPoint x="920" y="-37" />
            </Array>
          </mxGeometry>
        </mxCell>
        <mxCell id="eQeHEutrMqce5xfz2TAn-95" edge="1" parent="1" source="eQeHEutrMqce5xfz2TAn-15" style="edgeStyle=orthogonalEdgeStyle;rounded=0;orthogonalLoop=1;jettySize=auto;html=1;exitX=1;exitY=0;exitDx=0;exitDy=0;entryX=0.908;entryY=-0.029;entryDx=0;entryDy=0;entryPerimeter=0;dashed=1;endArrow=open;endFill=0;" target="eQeHEutrMqce5xfz2TAn-47">
          <mxGeometry relative="1" as="geometry">
            <Array as="points">
              <mxPoint x="-50" y="-280" />
              <mxPoint x="-592" y="-280" />
            </Array>
          </mxGeometry>
        </mxCell>
        <mxCell id="eQeHEutrMqce5xfz2TAn-97" parent="1" style="swimlane;fontStyle=1;align=center;verticalAlign=top;childLayout=stackLayout;horizontal=1;startSize=26;horizontalStack=0;resizeParent=1;resizeParentMax=0;resizeLast=0;collapsible=1;marginBottom=0;whiteSpace=wrap;html=1;" value="Board" vertex="1">
          <mxGeometry height="104" width="240" x="400" y="316" as="geometry" />
        </mxCell>
        <mxCell id="eQeHEutrMqce5xfz2TAn-98" parent="eQeHEutrMqce5xfz2TAn-97" style="text;strokeColor=none;fillColor=none;align=left;verticalAlign=top;spacingLeft=4;spacingRight=4;overflow=hidden;rotatable=0;points=[[0,0.5],[1,0.5]];portConstraint=eastwest;whiteSpace=wrap;html=1;" value="- cards: list[list[Card]]&lt;div&gt;- uncovered_card: Card | None&lt;/div&gt;" vertex="1">
          <mxGeometry height="44" width="240" y="26" as="geometry" />
        </mxCell>
        <mxCell id="eQeHEutrMqce5xfz2TAn-99" parent="eQeHEutrMqce5xfz2TAn-97" style="line;strokeWidth=1;fillColor=none;align=left;verticalAlign=middle;spacingTop=-1;spacingLeft=3;spacingRight=3;rotatable=0;labelPosition=right;points=[];portConstraint=eastwest;strokeColor=inherit;" value="" vertex="1">
          <mxGeometry height="8" width="240" y="70" as="geometry" />
        </mxCell>
        <mxCell id="eQeHEutrMqce5xfz2TAn-100" parent="eQeHEutrMqce5xfz2TAn-97" style="text;strokeColor=none;fillColor=none;align=left;verticalAlign=top;spacingLeft=4;spacingRight=4;overflow=hidden;rotatable=0;points=[[0,0.5],[1,0.5]];portConstraint=eastwest;whiteSpace=wrap;html=1;" value="+ shuffle_cards(): void" vertex="1">
          <mxGeometry height="26" width="240" y="78" as="geometry" />
        </mxCell>
        <mxCell id="eQeHEutrMqce5xfz2TAn-101" edge="1" parent="1" source="eQeHEutrMqce5xfz2TAn-77" style="edgeStyle=orthogonalEdgeStyle;rounded=0;orthogonalLoop=1;jettySize=auto;html=1;exitX=1;exitY=0.25;exitDx=0;exitDy=0;endArrow=diamondThin;endFill=1;">
          <mxGeometry relative="1" as="geometry">
            <Array as="points">
              <mxPoint x="360" y="535" />
              <mxPoint x="360" y="380" />
            </Array>
            <mxPoint x="400" y="380" as="targetPoint" />
          </mxGeometry>
        </mxCell>
        <mxCell id="eQeHEutrMqce5xfz2TAn-102" edge="1" parent="1" source="eQeHEutrMqce5xfz2TAn-97" style="edgeStyle=orthogonalEdgeStyle;rounded=0;orthogonalLoop=1;jettySize=auto;html=1;exitX=0;exitY=0.25;exitDx=0;exitDy=0;entryX=1.002;entryY=0.845;entryDx=0;entryDy=0;entryPerimeter=0;endArrow=diamondThin;endFill=1;" target="eQeHEutrMqce5xfz2TAn-10">
          <mxGeometry relative="1" as="geometry" />
        </mxCell>
        <mxCell id="eQeHEutrMqce5xfz2TAn-109" edge="1" parent="1" source="eQeHEutrMqce5xfz2TAn-103" style="edgeStyle=orthogonalEdgeStyle;rounded=0;orthogonalLoop=1;jettySize=auto;html=1;exitX=0.75;exitY=0;exitDx=0;exitDy=0;endArrow=diamondThin;endFill=1;" target="eQeHEutrMqce5xfz2TAn-16">
          <mxGeometry relative="1" as="geometry" />
        </mxCell>
        <mxCell id="eQeHEutrMqce5xfz2TAn-103" parent="1" style="swimlane;fontStyle=1;align=center;verticalAlign=top;childLayout=stackLayout;horizontal=1;startSize=26;horizontalStack=0;resizeParent=1;resizeParentMax=0;resizeLast=0;collapsible=1;marginBottom=0;whiteSpace=wrap;html=1;" value="GuiObject" vertex="1">
          <mxGeometry height="130" width="230" x="-620" y="54" as="geometry" />
        </mxCell>
        <mxCell id="eQeHEutrMqce5xfz2TAn-104" parent="eQeHEutrMqce5xfz2TAn-103" style="text;strokeColor=none;fillColor=none;align=left;verticalAlign=top;spacingLeft=4;spacingRight=4;overflow=hidden;rotatable=0;points=[[0,0.5],[1,0.5]];portConstraint=eastwest;whiteSpace=wrap;html=1;" value="- position: UICoordinates&lt;div&gt;- size: UICoordinates&lt;/div&gt;" vertex="1">
          <mxGeometry height="44" width="230" y="26" as="geometry" />
        </mxCell>
        <mxCell id="eQeHEutrMqce5xfz2TAn-105" parent="eQeHEutrMqce5xfz2TAn-103" style="line;strokeWidth=1;fillColor=none;align=left;verticalAlign=middle;spacingTop=-1;spacingLeft=3;spacingRight=3;rotatable=0;labelPosition=right;points=[];portConstraint=eastwest;strokeColor=inherit;" value="" vertex="1">
          <mxGeometry height="8" width="230" y="70" as="geometry" />
        </mxCell>
        <mxCell id="eQeHEutrMqce5xfz2TAn-106" parent="eQeHEutrMqce5xfz2TAn-103" style="text;strokeColor=none;fillColor=none;align=left;verticalAlign=top;spacingLeft=4;spacingRight=4;overflow=hidden;rotatable=0;points=[[0,0.5],[1,0.5]];portConstraint=eastwest;whiteSpace=wrap;html=1;" value="&lt;div&gt;&lt;i&gt;+ get_rect(): PygameRect&lt;/i&gt;&lt;/div&gt;&lt;div&gt;&lt;i&gt;+ draw(PygameWindow): void&lt;/i&gt;&amp;nbsp;&lt;/div&gt;" vertex="1">
          <mxGeometry height="52" width="230" y="78" as="geometry" />
        </mxCell>
        <mxCell id="eQeHEutrMqce5xfz2TAn-107" edge="1" parent="1" source="eQeHEutrMqce5xfz2TAn-21" style="edgeStyle=orthogonalEdgeStyle;rounded=0;orthogonalLoop=1;jettySize=auto;html=1;exitX=0.25;exitY=0;exitDx=0;exitDy=0;entryX=0.195;entryY=0.99;entryDx=0;entryDy=0;entryPerimeter=0;endArrow=block;endFill=0;" target="eQeHEutrMqce5xfz2TAn-106">
          <mxGeometry relative="1" as="geometry" />
        </mxCell>
        <mxCell id="eQeHEutrMqce5xfz2TAn-112" edge="1" parent="1" source="eQeHEutrMqce5xfz2TAn-15" style="edgeStyle=orthogonalEdgeStyle;rounded=0;orthogonalLoop=1;jettySize=auto;html=1;exitX=0.75;exitY=1;exitDx=0;exitDy=0;entryX=0.689;entryY=-0.014;entryDx=0;entryDy=0;entryPerimeter=0;dashed=1;endArrow=open;endFill=0;" target="eQeHEutrMqce5xfz2TAn-29">
          <mxGeometry relative="1" as="geometry" />
        </mxCell>
        <mxCell id="eQeHEutrMqce5xfz2TAn-113" edge="1" parent="1" source="eQeHEutrMqce5xfz2TAn-29" style="edgeStyle=orthogonalEdgeStyle;rounded=0;orthogonalLoop=1;jettySize=auto;html=1;exitX=0.5;exitY=0;exitDx=0;exitDy=0;entryX=0.995;entryY=0.945;entryDx=0;entryDy=0;entryPerimeter=0;endArrow=diamondThin;endFill=1;" target="eQeHEutrMqce5xfz2TAn-83">
          <mxGeometry relative="1" as="geometry" />
        </mxCell>
      </root>
    </mxGraphModel>
  </diagram>
</mxfile>
